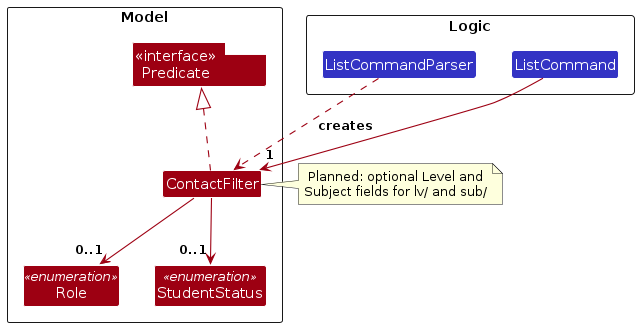
This is diagrams/ContactFilterClassDiagram.png from AY2627S1-CS2103T-T15-2/tp, a PlantUML export, as it was before one commit. Its source is kept beside it as diagrams/ContactFilterClassDiagram.puml.
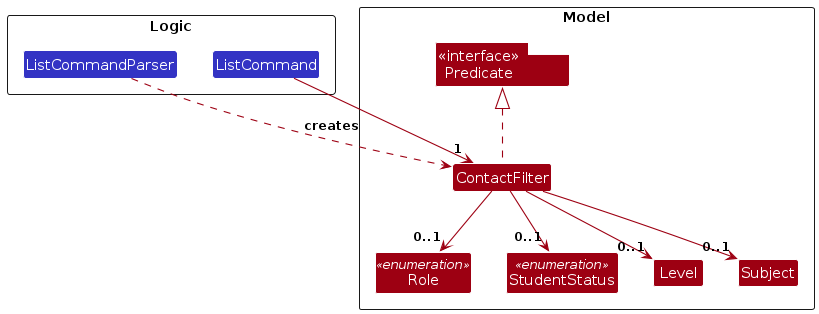
The same diagram one commit later.

Diff of the diagram source:
```diff
@@ -14,6 +14,8 @@
 class ContactFilter
 enum Role <<enumeration>>
 enum StudentStatus <<enumeration>>
+class Level
+class Subject
 }
 
 ListCommandParser ..> ContactFilter : creates
@@ -21,9 +23,6 @@
 ContactFilter .up.|> Predicate
 ContactFilter --> "0..1" Role
 ContactFilter --> "0..1" StudentStatus
-
-note right of ContactFilter
-  Planned: optional Level and
-  Subject fields for lv/ and sub/
-end note
+ContactFilter --> "0..1" Level
+ContactFilter --> "0..1" Subject
 @enduml
```
